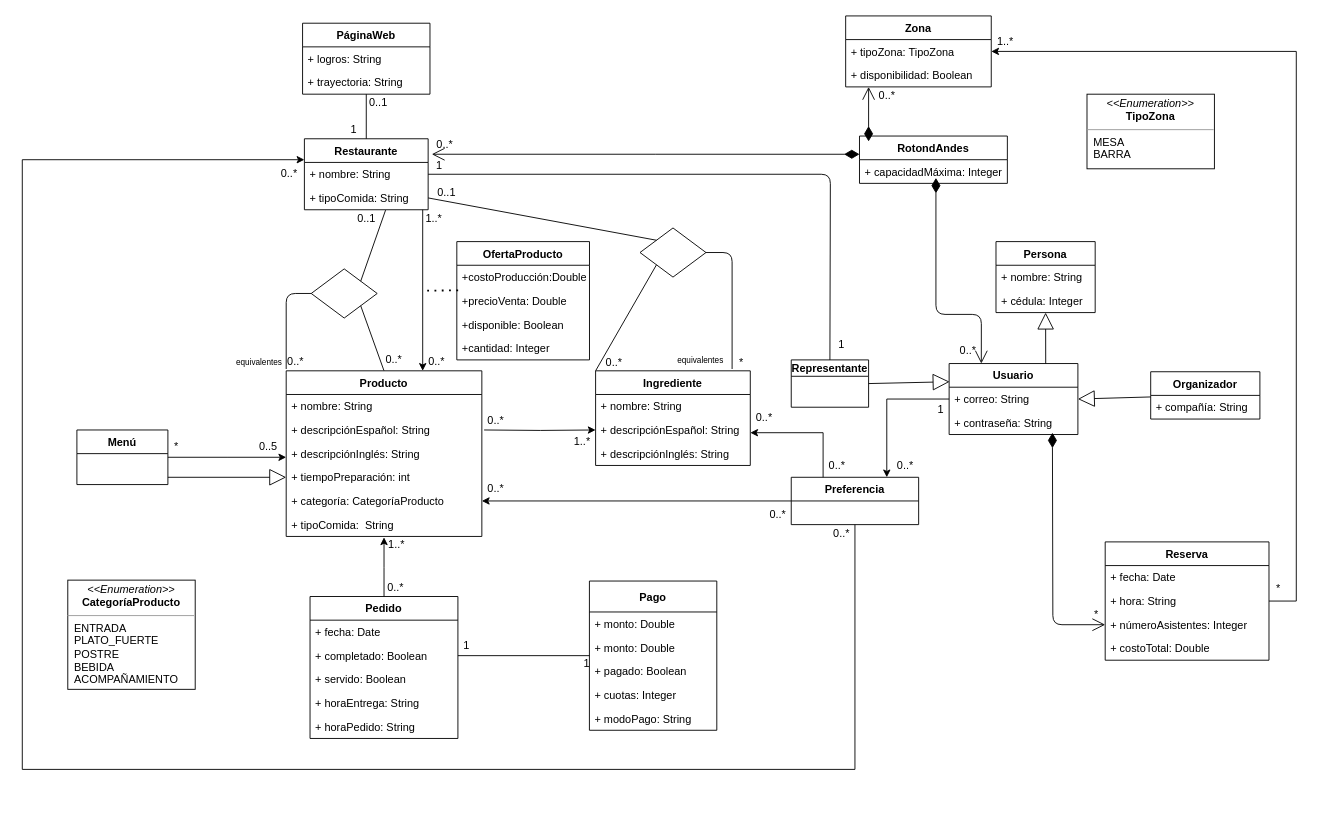
Earlier version of the draw.io diagram Untitled Diagram.drawio (ValentinaSalazarM/Sistrans). Source tidied: cells renumbered, new cells numbered last; positions are measured from the earlier drawing's top-left corner, leaving out a move shared by most shapes. Both pictures are drawn from the tidied source at 91%, with x=0, y=0 at pixel (22, 15).
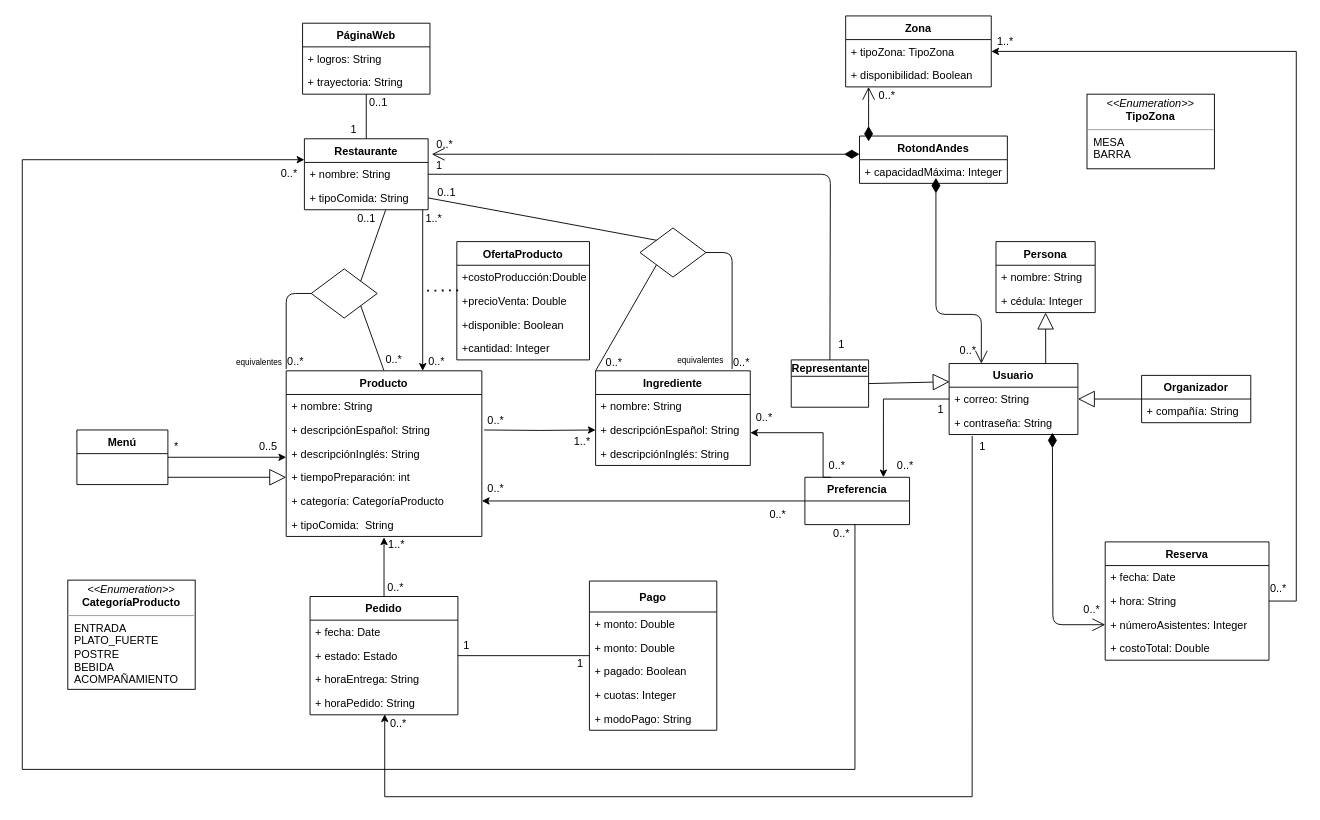
Above is the later version.

Unchanged cells that the change refers to:
```xml
<mxCell id="37" value="+ contraseña: String" style="text;strokeColor=none;fillColor=none;align=left;verticalAlign=top;spacingLeft=4;spacingRight=4;overflow=hidden;points=[[0,0.5],[1,0.5]];portConstraint=eastwest;" parent="35" vertex="1">
  <mxGeometry y="52" width="141.5" height="26" as="geometry" />
</mxCell>
```

The edit, as a diff of the source:
```diff
@@
     <mxCell id="21" value="1" style="text;html=1;align=center;verticalAlign=middle;" parent="1" vertex="1">
-      <mxGeometry x="610" y="702" width="20" height="20" as="geometry" />
+      <mxGeometry x="603.2" y="702" width="20" height="20" as="geometry" />
     </mxCell>
@@
-    <mxCell id="72" value="*" style="text;html=1;align=center;verticalAlign=middle;" parent="1" vertex="1">
-      <mxGeometry x="780" y="371" width="20" height="20" as="geometry" />
+    <mxCell id="72" value="0..*" style="text;html=1;align=center;verticalAlign=middle;" parent="1" vertex="1">
+      <mxGeometry x="775" y="371" width="30" height="20" as="geometry" />
     </mxCell>
@@
-    <mxCell id="78" value="*" style="text;html=1;align=center;verticalAlign=middle;" parent="1" vertex="1">
-      <mxGeometry x="1170" y="648" width="20" height="20" as="geometry" />
+    <mxCell id="78" value="0..*" style="text;html=1;align=center;verticalAlign=middle;" parent="1" vertex="1">
+      <mxGeometry x="1160" y="642.5" width="30" height="20" as="geometry" />
     </mxCell>
@@
-    <mxCell id="84" value="*" style="text;html=1;align=center;verticalAlign=middle;" parent="1" vertex="1">
-      <mxGeometry x="1370" y="620" width="20" height="20" as="geometry" />
+    <mxCell id="84" value="0..*" style="text;html=1;align=center;verticalAlign=middle;" parent="1" vertex="1">
+      <mxGeometry x="1365" y="620" width="30" height="20" as="geometry" />
     </mxCell>
@@
-    <mxCell id="89" value="Preferencia" style="swimlane;fontStyle=1;horizontal=1;startSize=26;fillColor=none;shadow=0;strokeColor=#000000;" parent="1" vertex="1">
-      <mxGeometry x="845" y="507" width="140" height="52" as="geometry" />
-    </mxCell>
-    <mxCell id="90" value="Organizador" style="swimlane;fontStyle=1;horizontal=1;startSize=26;fillColor=none;" parent="1" vertex="1">
-      <mxGeometry x="1240" y="391" width="120" height="52" as="geometry" />
-    </mxCell>
-    <mxCell id="91" value="+ compañía: String" style="text;strokeColor=none;fillColor=none;align=left;verticalAlign=top;spacingLeft=4;spacingRight=4;overflow=hidden;" parent="90" vertex="1">
-      <mxGeometry y="26" width="120" height="26" as="geometry" />
-    </mxCell>
@@
     <mxCell id="94" value="Pedido" style="swimlane;fontStyle=1;horizontal=1;startSize=26;fillColor=none;" parent="1" vertex="1">
-      <mxGeometry x="316.2" y="638" width="162.5" height="156" as="geometry" />
+      <mxGeometry x="316.2" y="638" width="162.5" height="130" as="geometry" />
     </mxCell>
@@
-    <mxCell id="96" value="+ completado: Boolean" style="text;strokeColor=none;fillColor=none;align=left;verticalAlign=top;spacingLeft=4;spacingRight=4;overflow=hidden;points=[[0,0.5],[1,0.5]];portConstraint=eastwest;" parent="94" vertex="1">
+    <mxCell id="96" value="+ estado: Estado" style="text;strokeColor=none;fillColor=none;align=left;verticalAlign=top;spacingLeft=4;spacingRight=4;overflow=hidden;points=[[0,0.5],[1,0.5]];portConstraint=eastwest;" parent="94" vertex="1">
       <mxGeometry y="52" width="162.5" height="26" as="geometry" />
     </mxCell>
-    <mxCell id="97" value="+ servido: Boolean" style="text;strokeColor=none;fillColor=none;align=left;verticalAlign=top;spacingLeft=4;spacingRight=4;overflow=hidden;" parent="94" vertex="1">
-      <mxGeometry y="78" width="162.5" height="26" as="geometry" />
-    </mxCell>
     <mxCell id="98" value="+ horaEntrega: String" style="text;strokeColor=none;fillColor=none;align=left;verticalAlign=top;spacingLeft=4;spacingRight=4;overflow=hidden;" parent="94" vertex="1">
-      <mxGeometry y="104" width="162.5" height="26" as="geometry" />
+      <mxGeometry y="78" width="162.5" height="26" as="geometry" />
     </mxCell>
     <mxCell id="99" value="+ horaPedido: String" style="text;strokeColor=none;fillColor=none;align=left;verticalAlign=top;spacingLeft=4;spacingRight=4;overflow=hidden;points=[[0,0.5],[1,0.5]];portConstraint=eastwest;" parent="94" vertex="1">
-      <mxGeometry y="130" width="162.5" height="26" as="geometry" />
+      <mxGeometry y="104" width="162.5" height="26" as="geometry" />
     </mxCell>
@@
+    <mxCell id="89" value="Preferencia" style="swimlane;fontStyle=1;horizontal=1;startSize=26;fillColor=none;shadow=0;strokeColor=#000000;" parent="1" vertex="1">
+      <mxGeometry x="860" y="507" width="115" height="52" as="geometry" />
+    </mxCell>
+    <mxCell id="127" style="edgeStyle=orthogonalEdgeStyle;rounded=0;jettySize=auto;html=1;entryX=0.505;entryY=0.979;entryDx=0;entryDy=0;entryPerimeter=0;exitX=0.179;exitY=1.063;exitDx=0;exitDy=0;exitPerimeter=0;" parent="1" edge="1" source="37" target="99">
+      <mxGeometry relative="1" as="geometry">
+        <Array as="points">
+          <mxPoint x="1044" y="858" />
+          <mxPoint x="398" y="858" />
+        </Array>
+      </mxGeometry>
+    </mxCell>
+    <mxCell id="90" value="Organizador" style="swimlane;fontStyle=1;horizontal=1;startSize=26;fillColor=none;" parent="1" vertex="1">
+      <mxGeometry x="1230" y="395" width="120" height="52" as="geometry" />
+    </mxCell>
+    <mxCell id="91" value="+ compañía: String" style="text;strokeColor=none;fillColor=none;align=left;verticalAlign=top;spacingLeft=4;spacingRight=4;overflow=hidden;" parent="90" vertex="1">
+      <mxGeometry y="26" width="120" height="26" as="geometry" />
+    </mxCell>
+    <mxCell id="128" value="0..*" style="text;html=1;align=center;verticalAlign=middle;" parent="1" vertex="1">
+      <mxGeometry x="398" y="768" width="30" height="20" as="geometry" />
+    </mxCell>
+    <mxCell id="129" value="1" style="text;html=1;align=center;verticalAlign=middle;" parent="1" vertex="1">
+      <mxGeometry x="1044.8" y="464" width="20" height="20" as="geometry" />
+    </mxCell>
```
